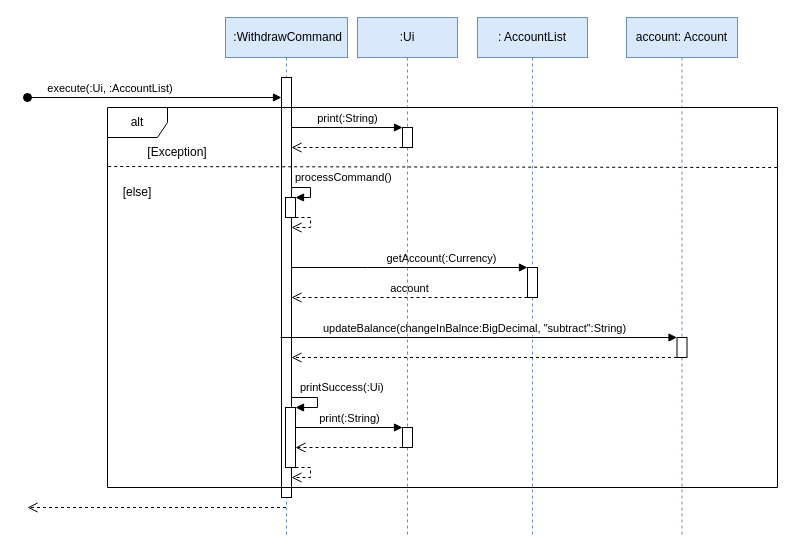
woowenjun99/tp keeps this draw.io diagram as docs/diagrams/WithdrawCommandSeqDiagram.drawio. Above is the earlier version. Source tidied: cells renumbered, new cells numbered last; positions are measured from the earlier drawing's top-left corner, leaving out a move shared by most shapes. Both pictures are drawn from the tidied source at 100%, with x=0, y=0 at pixel (27, 17).
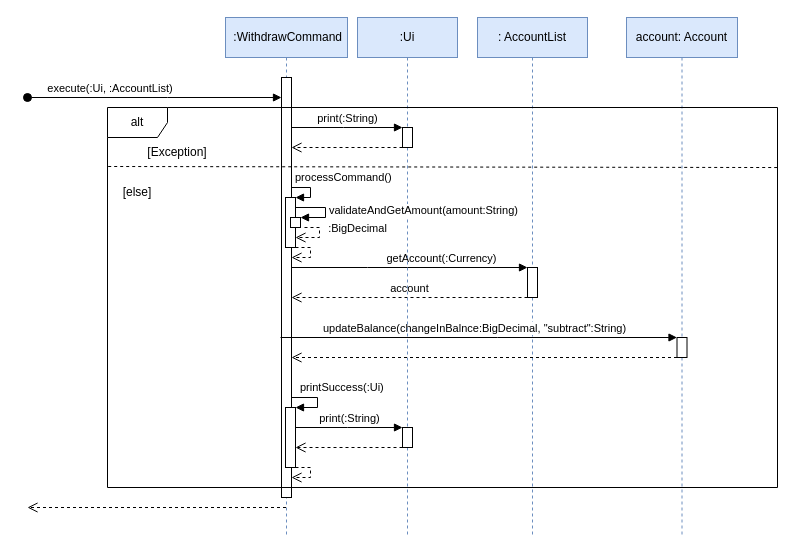
After the change.

Unchanged cells that the change refers to:
```xml
<mxCell id="2" value="&amp;nbsp;:WithdrawCommand" style="shape=umlLifeline;perimeter=lifelinePerimeter;whiteSpace=wrap;html=1;outlineConnect=0;portConstraint=eastwest;newEdgeStyle={&quot;edgeStyle&quot;:&quot;elbowEdgeStyle&quot;,&quot;elbow&quot;:&quot;vertical&quot;,&quot;curved&quot;:0,&quot;rounded&quot;:0};fillColor=#dae8fc;strokeColor=#6c8ebf;" parent="1" vertex="1">
  <mxGeometry x="198" width="122" height="520" as="geometry" />
</mxCell>
<mxCell id="3" style="html=1;points=[];perimeter=orthogonalPerimeter;outlineConnect=0;targetShapes=umlLifeline;portConstraint=eastwest;newEdgeStyle={&quot;edgeStyle&quot;:&quot;elbowEdgeStyle&quot;,&quot;elbow&quot;:&quot;vertical&quot;,&quot;curved&quot;:0,&quot;rounded&quot;:0};" parent="2" vertex="1">
  <mxGeometry x="56" y="60" width="10" height="420" as="geometry" />
</mxCell>
```

Change to the diagram source:
```diff
@@
     <mxCell id="4" style="html=1;points=[];perimeter=orthogonalPerimeter;outlineConnect=0;targetShapes=umlLifeline;portConstraint=eastwest;newEdgeStyle={&quot;edgeStyle&quot;:&quot;elbowEdgeStyle&quot;,&quot;elbow&quot;:&quot;vertical&quot;,&quot;curved&quot;:0,&quot;rounded&quot;:0};" parent="2" vertex="1">
-      <mxGeometry x="60" y="180" width="10" height="20" as="geometry" />
+      <mxGeometry x="60" y="180" width="10" height="50" as="geometry" />
     </mxCell>
@@
     <mxCell id="6" style="html=1;verticalAlign=bottom;endArrow=open;dashed=1;endSize=8;edgeStyle=orthogonalEdgeStyle;elbow=vertical;rounded=0;" parent="2" edge="1" source="4" target="3">
       <mxGeometry relative="1" as="geometry">
         <Array as="points">
-          <mxPoint x="85" y="200" />
-          <mxPoint x="85" y="210" />
+          <mxPoint x="85" y="230" />
+          <mxPoint x="85" y="240" />
         </Array>
       </mxGeometry>
     </mxCell>
@@
+    <mxCell id="31" style="html=1;points=[];perimeter=orthogonalPerimeter;outlineConnect=0;targetShapes=umlLifeline;portConstraint=eastwest;newEdgeStyle={&quot;edgeStyle&quot;:&quot;elbowEdgeStyle&quot;,&quot;elbow&quot;:&quot;vertical&quot;,&quot;curved&quot;:0,&quot;rounded&quot;:0};" parent="1" vertex="1">
+      <mxGeometry x="263" y="200" width="10" height="10" as="geometry" />
+    </mxCell>
+    <mxCell id="32" value="validateAndGetAmount(amount:String)" style="html=1;align=left;spacingLeft=2;endArrow=block;rounded=0;edgeStyle=orthogonalEdgeStyle;curved=0;rounded=0;" parent="1" edge="1" source="4" target="31">
+      <mxGeometry relative="1" as="geometry">
+        <Array as="points">
+          <mxPoint x="298" y="190" />
+          <mxPoint x="298" y="200" />
+        </Array>
+      </mxGeometry>
+    </mxCell>
+    <mxCell id="33" value=":BigDecimal" style="html=1;verticalAlign=bottom;endArrow=open;dashed=1;endSize=8;edgeStyle=orthogonalEdgeStyle;elbow=vertical;rounded=0;" parent="1" edge="1" target="4">
+      <mxGeometry x="0.02" y="-38" relative="1" as="geometry">
+        <mxPoint x="277" y="210" as="sourcePoint" />
+        <Array as="points">
+          <mxPoint x="292" y="210" />
+          <mxPoint x="292" y="220" />
+        </Array>
+        <mxPoint x="38" y="38" as="offset" />
+      </mxGeometry>
+    </mxCell>
```
